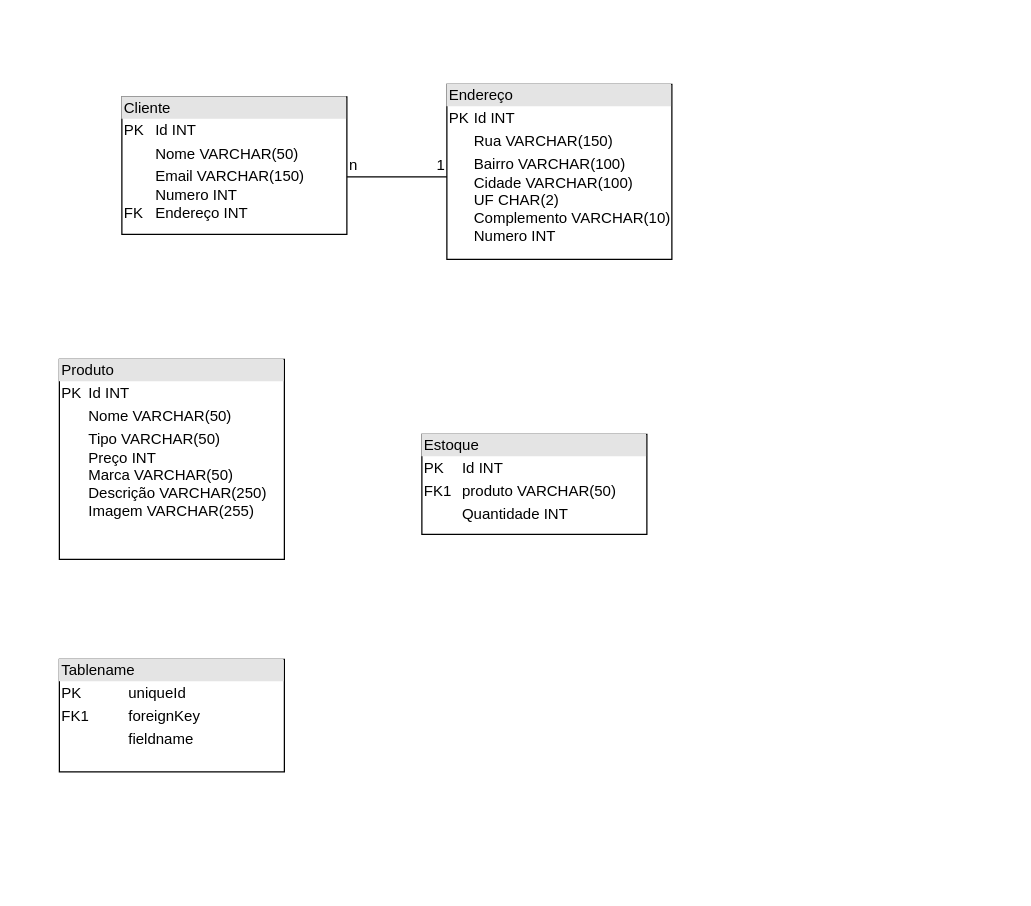
This is Diagrama sem nome.drawio from Erick-Simas/projeto-tsi-awc, a draw.io file, before an edit. Source tidied: cells renumbered, new cells numbered last; positions are measured from the earlier drawing's top-left corner, leaving out a move shared by most shapes. Both pictures are drawn from the tidied source at 125%, with x=0, y=0 at pixel (59, 84).
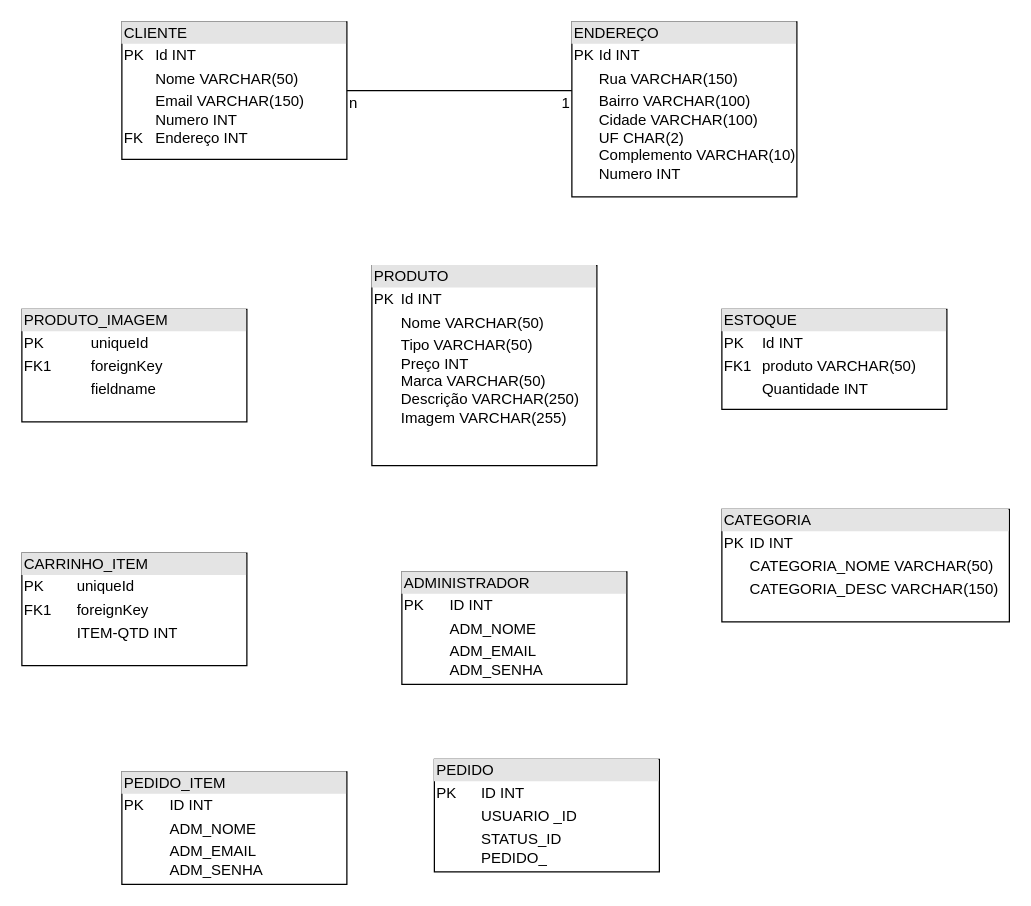
Above is the later version.

What changed in the source:
```diff
@@
 <mxGraphModel>
   <root>
     <mxCell id="0" />
     <mxCell id="1" parent="0" />
-    <mxCell id="2" value="&lt;div style=&quot;box-sizing:border-box;width:100%;background:#e4e4e4;padding:2px;&quot;&gt;Cliente&lt;/div&gt;&lt;table style=&quot;width:100%;font-size:1em;&quot; cellpadding=&quot;2&quot; cellspacing=&quot;0&quot;&gt;&lt;tbody&gt;&lt;tr&gt;&lt;td&gt;PK&lt;/td&gt;&lt;td&gt;Id INT&lt;/td&gt;&lt;/tr&gt;&lt;tr&gt;&lt;td&gt;&lt;br&gt;&lt;/td&gt;&lt;td&gt;Nome VARCHAR(50)&lt;/td&gt;&lt;/tr&gt;&lt;tr&gt;&lt;td&gt;&lt;br&gt;&lt;br&gt;FK&lt;/td&gt;&lt;td&gt;Email VARCHAR(150)&lt;br&gt;Numero INT&lt;br&gt;Endereço INT&lt;/td&gt;&lt;/tr&gt;&lt;/tbody&gt;&lt;/table&gt;" style="verticalAlign=top;align=left;overflow=fill;html=1;" parent="1" vertex="1">
-      <mxGeometry x="50" y="10" width="180" height="110" as="geometry" />
+    <mxCell id="2" value="&lt;div style=&quot;box-sizing:border-box;width:100%;background:#e4e4e4;padding:2px;&quot;&gt;CLIENTE&lt;/div&gt;&lt;table style=&quot;width:100%;font-size:1em;&quot; cellpadding=&quot;2&quot; cellspacing=&quot;0&quot;&gt;&lt;tbody&gt;&lt;tr&gt;&lt;td&gt;PK&lt;/td&gt;&lt;td&gt;Id INT&lt;/td&gt;&lt;/tr&gt;&lt;tr&gt;&lt;td&gt;&lt;br&gt;&lt;/td&gt;&lt;td&gt;Nome VARCHAR(50)&lt;/td&gt;&lt;/tr&gt;&lt;tr&gt;&lt;td&gt;&lt;br&gt;&lt;br&gt;FK&lt;/td&gt;&lt;td&gt;Email VARCHAR(150)&lt;br&gt;Numero INT&lt;br&gt;Endereço INT&lt;/td&gt;&lt;/tr&gt;&lt;/tbody&gt;&lt;/table&gt;" style="verticalAlign=top;align=left;overflow=fill;html=1;" parent="1" vertex="1">
+      <mxGeometry x="50" y="-50" width="180" height="110" as="geometry" />
     </mxCell>
-    <mxCell id="3" value="&lt;div style=&quot;box-sizing:border-box;width:100%;background:#e4e4e4;padding:2px;&quot;&gt;Endereço&lt;/div&gt;&lt;table style=&quot;width:100%;font-size:1em;&quot; cellpadding=&quot;2&quot; cellspacing=&quot;0&quot;&gt;&lt;tbody&gt;&lt;tr&gt;&lt;td&gt;PK&lt;/td&gt;&lt;td&gt;Id INT&lt;/td&gt;&lt;/tr&gt;&lt;tr&gt;&lt;td&gt;&lt;br&gt;&lt;/td&gt;&lt;td&gt;Rua VARCHAR(150)&lt;/td&gt;&lt;/tr&gt;&lt;tr&gt;&lt;td&gt;&lt;/td&gt;&lt;td&gt;Bairro VARCHAR(100)&lt;br&gt;Cidade VARCHAR(100)&lt;br&gt;UF CHAR(2)&lt;br&gt;Complemento VARCHAR(10)&lt;br&gt;Numero INT&lt;/td&gt;&lt;/tr&gt;&lt;/tbody&gt;&lt;/table&gt;" style="verticalAlign=top;align=left;overflow=fill;html=1;" parent="1" vertex="1">
-      <mxGeometry x="310" width="180" height="140" as="geometry" />
+    <mxCell id="3" value="&lt;div style=&quot;box-sizing:border-box;width:100%;background:#e4e4e4;padding:2px;&quot;&gt;ENDEREÇO&lt;/div&gt;&lt;table style=&quot;width:100%;font-size:1em;&quot; cellpadding=&quot;2&quot; cellspacing=&quot;0&quot;&gt;&lt;tbody&gt;&lt;tr&gt;&lt;td&gt;PK&lt;/td&gt;&lt;td&gt;Id INT&lt;/td&gt;&lt;/tr&gt;&lt;tr&gt;&lt;td&gt;&lt;br&gt;&lt;/td&gt;&lt;td&gt;Rua VARCHAR(150)&lt;/td&gt;&lt;/tr&gt;&lt;tr&gt;&lt;td&gt;&lt;/td&gt;&lt;td&gt;Bairro VARCHAR(100)&lt;br&gt;Cidade VARCHAR(100)&lt;br&gt;UF CHAR(2)&lt;br&gt;Complemento VARCHAR(10)&lt;br&gt;Numero INT&lt;/td&gt;&lt;/tr&gt;&lt;/tbody&gt;&lt;/table&gt;" style="verticalAlign=top;align=left;overflow=fill;html=1;" parent="1" vertex="1">
+      <mxGeometry x="410" y="-50" width="180" height="140" as="geometry" />
     </mxCell>
-    <mxCell id="4" value="&lt;div style=&quot;box-sizing:border-box;width:100%;background:#e4e4e4;padding:2px;&quot;&gt;Produto&lt;/div&gt;&lt;table style=&quot;width:100%;font-size:1em;&quot; cellpadding=&quot;2&quot; cellspacing=&quot;0&quot;&gt;&lt;tbody&gt;&lt;tr&gt;&lt;td&gt;PK&lt;/td&gt;&lt;td&gt;Id INT&lt;/td&gt;&lt;/tr&gt;&lt;tr&gt;&lt;td&gt;&lt;br&gt;&lt;/td&gt;&lt;td&gt;Nome VARCHAR(50)&lt;/td&gt;&lt;/tr&gt;&lt;tr&gt;&lt;td&gt;&lt;/td&gt;&lt;td&gt;Tipo VARCHAR(50)&lt;br&gt;Preço INT&lt;br&gt;Marca VARCHAR(50)&lt;br&gt;Descrição VARCHAR(250)&lt;br&gt;Imagem VARCHAR(255)&lt;br&gt;&lt;br&gt;&lt;br&gt;&lt;/td&gt;&lt;/tr&gt;&lt;/tbody&gt;&lt;/table&gt;" style="verticalAlign=top;align=left;overflow=fill;html=1;" parent="1" vertex="1">
-      <mxGeometry y="220" width="180" height="160" as="geometry" />
+    <mxCell id="4" value="&lt;div style=&quot;box-sizing:border-box;width:100%;background:#e4e4e4;padding:2px;&quot;&gt;PRODUTO&lt;/div&gt;&lt;table style=&quot;width:100%;font-size:1em;&quot; cellpadding=&quot;2&quot; cellspacing=&quot;0&quot;&gt;&lt;tbody&gt;&lt;tr&gt;&lt;td&gt;PK&lt;/td&gt;&lt;td&gt;Id INT&lt;/td&gt;&lt;/tr&gt;&lt;tr&gt;&lt;td&gt;&lt;br&gt;&lt;/td&gt;&lt;td&gt;Nome VARCHAR(50)&lt;/td&gt;&lt;/tr&gt;&lt;tr&gt;&lt;td&gt;&lt;/td&gt;&lt;td&gt;Tipo VARCHAR(50)&lt;br&gt;Preço INT&lt;br&gt;Marca VARCHAR(50)&lt;br&gt;Descrição VARCHAR(250)&lt;br&gt;Imagem VARCHAR(255)&lt;br&gt;&lt;br&gt;&lt;br&gt;&lt;/td&gt;&lt;/tr&gt;&lt;/tbody&gt;&lt;/table&gt;" style="verticalAlign=top;align=left;overflow=fill;html=1;" parent="1" vertex="1">
+      <mxGeometry x="250" y="145" width="180" height="160" as="geometry" />
     </mxCell>
-    <mxCell id="5" value="&lt;div style=&quot;box-sizing:border-box;width:100%;background:#e4e4e4;padding:2px;&quot;&gt;Estoque&lt;/div&gt;&lt;table style=&quot;width:100%;font-size:1em;&quot; cellpadding=&quot;2&quot; cellspacing=&quot;0&quot;&gt;&lt;tbody&gt;&lt;tr&gt;&lt;td&gt;PK&lt;/td&gt;&lt;td&gt;Id INT&lt;br&gt;&lt;/td&gt;&lt;/tr&gt;&lt;tr&gt;&lt;td&gt;FK1&lt;/td&gt;&lt;td&gt;produto VARCHAR(50)&lt;/td&gt;&lt;/tr&gt;&lt;tr&gt;&lt;td&gt;&lt;/td&gt;&lt;td&gt;Quantidade INT&lt;/td&gt;&lt;/tr&gt;&lt;/tbody&gt;&lt;/table&gt;" style="verticalAlign=top;align=left;overflow=fill;html=1;" parent="1" vertex="1">
-      <mxGeometry x="290" y="280" width="180" height="80" as="geometry" />
+    <mxCell id="5" value="&lt;div style=&quot;box-sizing:border-box;width:100%;background:#e4e4e4;padding:2px;&quot;&gt;ESTOQUE&lt;/div&gt;&lt;table style=&quot;width:100%;font-size:1em;&quot; cellpadding=&quot;2&quot; cellspacing=&quot;0&quot;&gt;&lt;tbody&gt;&lt;tr&gt;&lt;td&gt;PK&lt;/td&gt;&lt;td&gt;Id INT&lt;br&gt;&lt;/td&gt;&lt;/tr&gt;&lt;tr&gt;&lt;td&gt;FK1&lt;/td&gt;&lt;td&gt;produto VARCHAR(50)&lt;/td&gt;&lt;/tr&gt;&lt;tr&gt;&lt;td&gt;&lt;/td&gt;&lt;td&gt;Quantidade INT&lt;/td&gt;&lt;/tr&gt;&lt;/tbody&gt;&lt;/table&gt;" style="verticalAlign=top;align=left;overflow=fill;html=1;" parent="1" vertex="1">
+      <mxGeometry x="530" y="180" width="180" height="80" as="geometry" />
     </mxCell>
-    <mxCell id="6" value="&lt;div style=&quot;box-sizing:border-box;width:100%;background:#e4e4e4;padding:2px;&quot;&gt;Tablename&lt;/div&gt;&lt;table style=&quot;width:100%;font-size:1em;&quot; cellpadding=&quot;2&quot; cellspacing=&quot;0&quot;&gt;&lt;tr&gt;&lt;td&gt;PK&lt;/td&gt;&lt;td&gt;uniqueId&lt;/td&gt;&lt;/tr&gt;&lt;tr&gt;&lt;td&gt;FK1&lt;/td&gt;&lt;td&gt;foreignKey&lt;/td&gt;&lt;/tr&gt;&lt;tr&gt;&lt;td&gt;&lt;/td&gt;&lt;td&gt;fieldname&lt;/td&gt;&lt;/tr&gt;&lt;/table&gt;" style="verticalAlign=top;align=left;overflow=fill;html=1;" parent="1" vertex="1">
-      <mxGeometry y="460" width="180" height="90" as="geometry" />
+    <mxCell id="6" value="&lt;div style=&quot;box-sizing:border-box;width:100%;background:#e4e4e4;padding:2px;&quot;&gt;CARRINHO_ITEM&lt;/div&gt;&lt;table style=&quot;width:100%;font-size:1em;&quot; cellpadding=&quot;2&quot; cellspacing=&quot;0&quot;&gt;&lt;tbody&gt;&lt;tr&gt;&lt;td&gt;PK&lt;/td&gt;&lt;td&gt;uniqueId&lt;/td&gt;&lt;/tr&gt;&lt;tr&gt;&lt;td&gt;FK1&lt;/td&gt;&lt;td&gt;foreignKey&lt;/td&gt;&lt;/tr&gt;&lt;tr&gt;&lt;td&gt;&lt;/td&gt;&lt;td&gt;ITEM-QTD INT&lt;/td&gt;&lt;/tr&gt;&lt;/tbody&gt;&lt;/table&gt;" style="verticalAlign=top;align=left;overflow=fill;html=1;" parent="1" vertex="1">
+      <mxGeometry x="-30" y="375" width="180" height="90" as="geometry" />
     </mxCell>
     <mxCell id="7" style="line;strokeWidth=1;fillColor=none;align=left;verticalAlign=middle;spacingTop=-1;spacingLeft=3;spacingRight=3;labelPosition=right;strokeColor=inherit;" parent="1" vertex="1">
-      <mxGeometry x="230" y="70" width="80" height="8" as="geometry" />
+      <mxGeometry x="230" y="1" width="180" height="8" as="geometry" />
     </mxCell>
     <mxCell id="8" value="n" style="text;html=1;align=center;verticalAlign=middle;strokeColor=none;fillColor=none;" parent="1" vertex="1">
-      <mxGeometry x="220" y="50" width="30" height="30" as="geometry" />
+      <mxGeometry x="220" width="30" height="30" as="geometry" />
     </mxCell>
     <mxCell id="9" value="1" style="text;html=1;align=center;verticalAlign=middle;strokeColor=none;fillColor=none;" parent="1" vertex="1">
-      <mxGeometry x="290" y="50" width="30" height="30" as="geometry" />
+      <mxGeometry x="390" width="30" height="30" as="geometry" />
     </mxCell>
+    <mxCell id="10" value="&lt;div style=&quot;box-sizing:border-box;width:100%;background:#e4e4e4;padding:2px;&quot;&gt;PRODUTO_IMAGEM&lt;/div&gt;&lt;table style=&quot;width:100%;font-size:1em;&quot; cellpadding=&quot;2&quot; cellspacing=&quot;0&quot;&gt;&lt;tbody&gt;&lt;tr&gt;&lt;td&gt;PK&lt;/td&gt;&lt;td&gt;uniqueId&lt;/td&gt;&lt;/tr&gt;&lt;tr&gt;&lt;td&gt;FK1&lt;/td&gt;&lt;td&gt;foreignKey&lt;/td&gt;&lt;/tr&gt;&lt;tr&gt;&lt;td&gt;&lt;/td&gt;&lt;td&gt;fieldname&lt;/td&gt;&lt;/tr&gt;&lt;/tbody&gt;&lt;/table&gt;" style="verticalAlign=top;align=left;overflow=fill;html=1;" parent="1" vertex="1">
+      <mxGeometry x="-30" y="180" width="180" height="90" as="geometry" />
+    </mxCell>
+    <mxCell id="11" value="&lt;div style=&quot;box-sizing:border-box;width:100%;background:#e4e4e4;padding:2px;&quot;&gt;ADMINISTRADOR&lt;/div&gt;&lt;table style=&quot;width:100%;font-size:1em;&quot; cellpadding=&quot;2&quot; cellspacing=&quot;0&quot;&gt;&lt;tbody&gt;&lt;tr&gt;&lt;td&gt;PK&lt;/td&gt;&lt;td&gt;ID INT&lt;/td&gt;&lt;/tr&gt;&lt;tr&gt;&lt;td&gt;&lt;br&gt;&lt;/td&gt;&lt;td&gt;ADM_NOME&lt;/td&gt;&lt;/tr&gt;&lt;tr&gt;&lt;td&gt;&lt;/td&gt;&lt;td&gt;ADM_EMAIL&lt;br&gt;ADM_SENHA&lt;br&gt;&lt;br&gt;&lt;/td&gt;&lt;/tr&gt;&lt;/tbody&gt;&lt;/table&gt;" style="verticalAlign=top;align=left;overflow=fill;html=1;" parent="1" vertex="1">
+      <mxGeometry x="274" y="390" width="180" height="90" as="geometry" />
+    </mxCell>
+    <mxCell id="12" value="&lt;div style=&quot;box-sizing:border-box;width:100%;background:#e4e4e4;padding:2px;&quot;&gt;PEDIDO_ITEM&lt;/div&gt;&lt;table style=&quot;width:100%;font-size:1em;&quot; cellpadding=&quot;2&quot; cellspacing=&quot;0&quot;&gt;&lt;tbody&gt;&lt;tr&gt;&lt;td&gt;PK&lt;/td&gt;&lt;td&gt;ID INT&lt;/td&gt;&lt;/tr&gt;&lt;tr&gt;&lt;td&gt;&lt;br&gt;&lt;/td&gt;&lt;td&gt;ADM_NOME&lt;/td&gt;&lt;/tr&gt;&lt;tr&gt;&lt;td&gt;&lt;/td&gt;&lt;td&gt;ADM_EMAIL&lt;br&gt;ADM_SENHA&lt;br&gt;&lt;br&gt;&lt;/td&gt;&lt;/tr&gt;&lt;/tbody&gt;&lt;/table&gt;" style="verticalAlign=top;align=left;overflow=fill;html=1;" parent="1" vertex="1">
+      <mxGeometry x="50" y="550" width="180" height="90" as="geometry" />
+    </mxCell>
+    <mxCell id="13" value="&lt;div style=&quot;box-sizing:border-box;width:100%;background:#e4e4e4;padding:2px;&quot;&gt;CATEGORIA&lt;/div&gt;&lt;table style=&quot;width:100%;font-size:1em;&quot; cellpadding=&quot;2&quot; cellspacing=&quot;0&quot;&gt;&lt;tbody&gt;&lt;tr&gt;&lt;td&gt;PK&lt;/td&gt;&lt;td&gt;ID INT&lt;/td&gt;&lt;/tr&gt;&lt;tr&gt;&lt;td&gt;&lt;br&gt;&lt;/td&gt;&lt;td&gt;CATEGORIA_NOME VARCHAR(50)&lt;/td&gt;&lt;/tr&gt;&lt;tr&gt;&lt;td&gt;&lt;/td&gt;&lt;td&gt;CATEGORIA_DESC VARCHAR(150)&lt;br&gt;&lt;br&gt;&lt;/td&gt;&lt;/tr&gt;&lt;/tbody&gt;&lt;/table&gt;" style="verticalAlign=top;align=left;overflow=fill;html=1;" parent="1" vertex="1">
+      <mxGeometry x="530" y="340" width="230" height="90" as="geometry" />
+    </mxCell>
+    <mxCell id="14" value="&lt;div style=&quot;box-sizing:border-box;width:100%;background:#e4e4e4;padding:2px;&quot;&gt;PEDIDO&lt;/div&gt;&lt;table style=&quot;width:100%;font-size:1em;&quot; cellpadding=&quot;2&quot; cellspacing=&quot;0&quot;&gt;&lt;tbody&gt;&lt;tr&gt;&lt;td&gt;PK&lt;/td&gt;&lt;td&gt;ID INT&lt;/td&gt;&lt;/tr&gt;&lt;tr&gt;&lt;td&gt;&lt;br&gt;&lt;/td&gt;&lt;td&gt;USUARIO _ID&lt;/td&gt;&lt;/tr&gt;&lt;tr&gt;&lt;td&gt;&lt;/td&gt;&lt;td&gt;STATUS_ID&lt;br&gt;PEDIDO_&lt;br&gt;&lt;br&gt;&lt;/td&gt;&lt;/tr&gt;&lt;/tbody&gt;&lt;/table&gt;" style="verticalAlign=top;align=left;overflow=fill;html=1;" parent="1" vertex="1">
+      <mxGeometry x="300" y="540" width="180" height="90" as="geometry" />
+    </mxCell>
   </root>
 </mxGraphModel>
```
